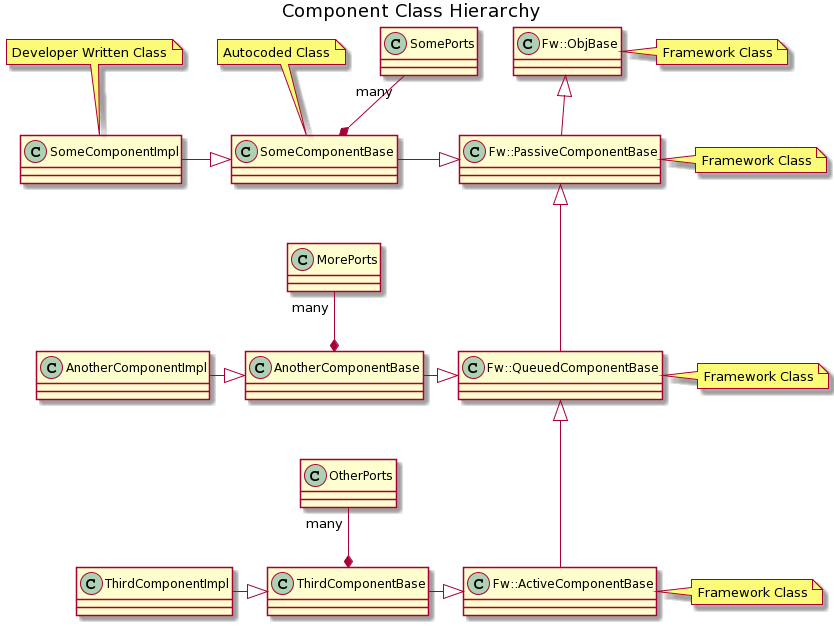
Above: docs/Architecture/ComponentTree.png in nasa/fprime (PlantUML), before the change.
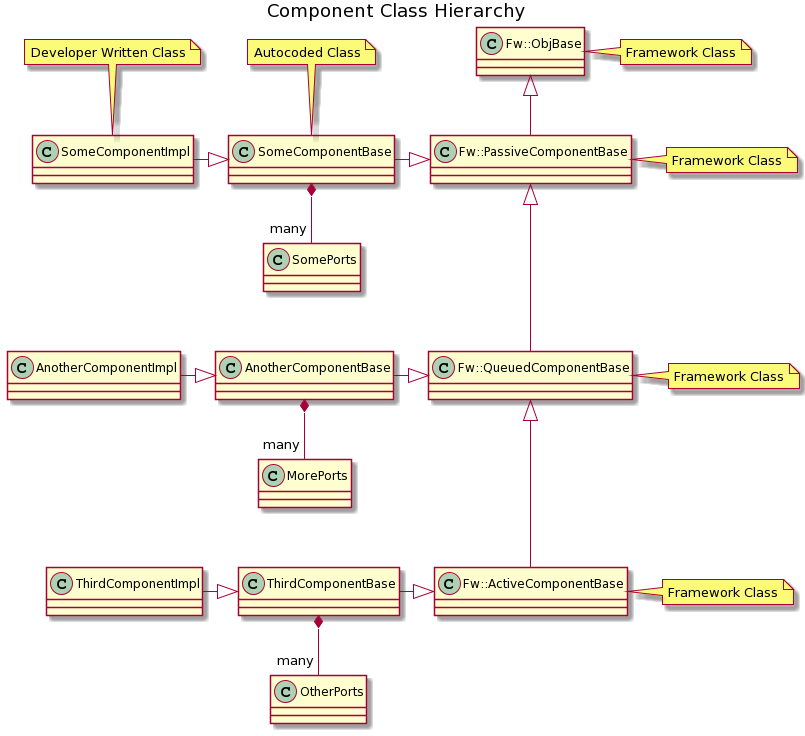
After the change.

Commit message:
Update the elements relative location in the class digram

What changed in the source:
```diff
@@ -9,13 +9,13 @@
 Fw::ActiveComponentBase -up--|> Fw::QueuedComponentBase
 note top of SomeComponentBase : Autocoded Class
 SomeComponentBase -right-|> Fw::PassiveComponentBase
-SomeComponentBase *-up- "many" SomePorts
+SomeComponentBase *-down- "many" SomePorts
 note top of SomeComponentImpl : Developer Written Class
 SomeComponentImpl -right-|> SomeComponentBase
 AnotherComponentBase -right-|> Fw::QueuedComponentBase
-AnotherComponentBase *-up- "many" MorePorts
+AnotherComponentBase *-down- "many" MorePorts
 AnotherComponentImpl -right-|> AnotherComponentBase
 ThirdComponentBase -right-|> Fw::ActiveComponentBase
-ThirdComponentBase *-up- "many" OtherPorts
+ThirdComponentBase *-down- "many" OtherPorts
 ThirdComponentImpl -right-|> ThirdComponentBase
 @enduml
```
